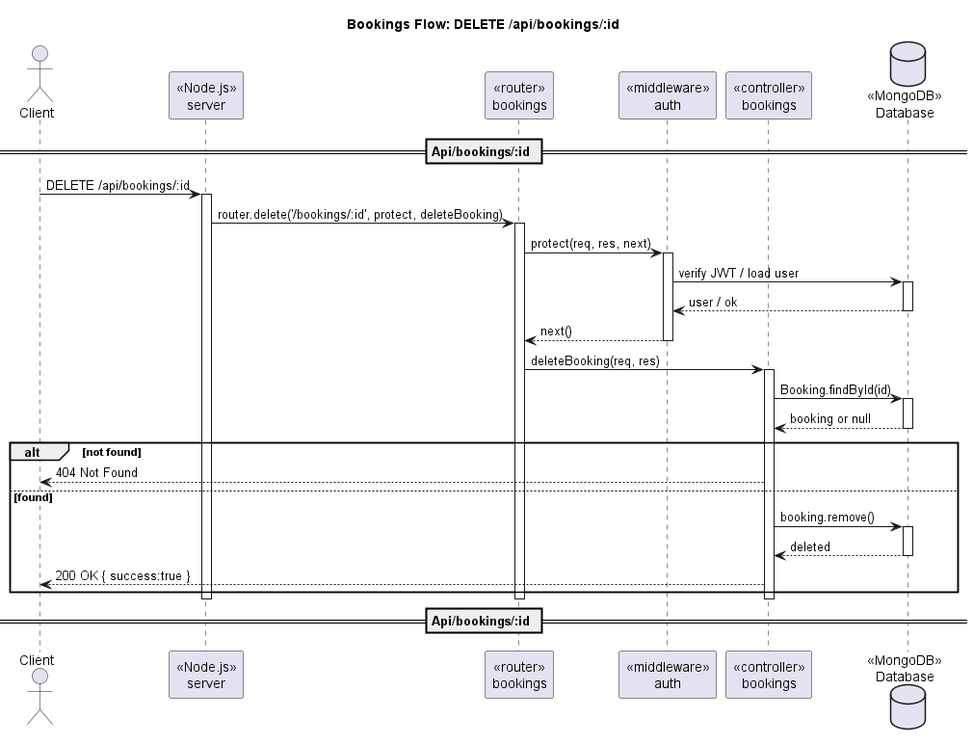
This is out/docs/diagram/sequence/seq_bookings_id_delete.png from 098ff/ArtmaybeDEV, a PlantUML export, as it was before one commit.
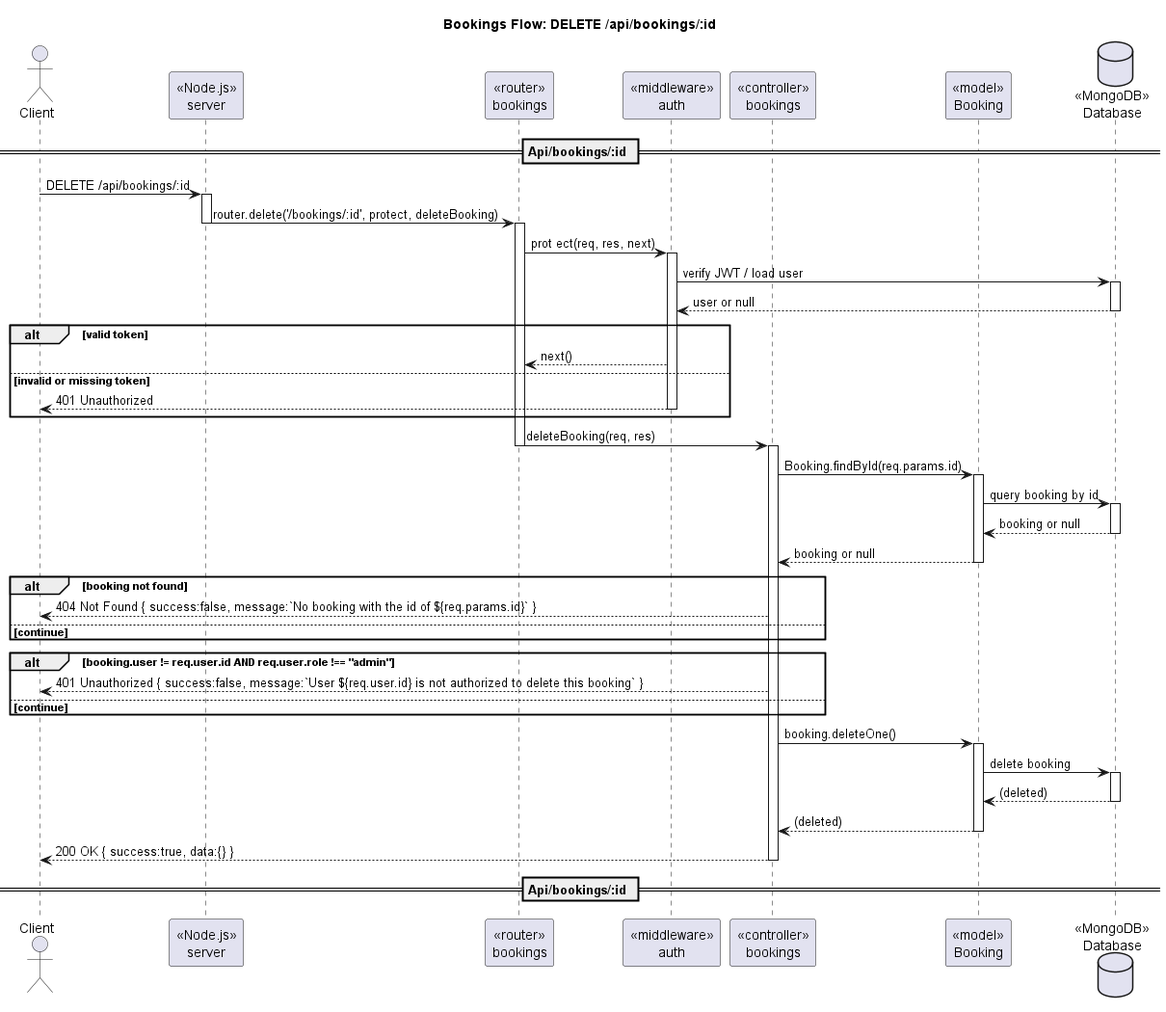
Above is the later version.

What changed in the source:
```diff
@@ -5,36 +5,69 @@
 participant "«router»\nbookings" as Router
 participant "«middleware»\nauth" as AuthMW
 participant "«controller»\nbookings" as Ctrl
+participant "«model»\nBooking" as BookingModel
 database "«MongoDB»\nDatabase" as DB
 
 == Api/bookings/:id ==
 Client -> Server : DELETE /api/bookings/:id
 activate Server
 Server -> Router : router.delete('/bookings/:id', protect, deleteBooking)
+deactivate Server
 activate Router
-Router -> AuthMW : protect(req, res, next)
+
+Router -> AuthMW : prot ect(req, res, next)
 activate AuthMW
 AuthMW -> DB : verify JWT / load user
 activate DB
-DB --> AuthMW : user / ok
+DB --> AuthMW : user or null
 deactivate DB
-AuthMW --> Router : next()
+
+alt valid token
+  AuthMW --> Router : next()
+else invalid or missing token
+  AuthMW --> Client : 401 Unauthorized
+  deactivate AuthMW
+end
 deactivate AuthMW
+
 Router -> Ctrl : deleteBooking(req, res)
+deactivate Router
 activate Ctrl
-Ctrl -> DB : Booking.findById(id)
+
+Ctrl -> BookingModel : Booking.findById(req.params.id)
+activate BookingModel
+BookingModel -> DB : query booking by id
 activate DB
-DB --> Ctrl : booking or null
+DB --> BookingModel : booking or null
 deactivate DB
-alt not found
-  Ctrl --> Client : 404 Not Found
-else found
-  Ctrl -> DB : booking.remove()
-  activate DB
-  DB --> Ctrl : deleted
-  deactivate DB
-  Ctrl --> Client : 200 OK { success:true }
+BookingModel --> Ctrl : booking or null
+deactivate BookingModel
+
+alt booking not found
+  Ctrl --> Client : 404 Not Found { success:false, message:`No booking with the id of ${req.params.id}` }
+  deactivate Router
+  deactivate Server
+else continue
 end
+
+alt booking.user != req.user.id AND req.user.role !== "admin"
+  Ctrl --> Client : 401 Unauthorized { success:false, message:`User ${req.user.id} is not authorized to delete this booking` }
+  deactivate Router
+  deactivate Server
+else continue
+end
+
+Ctrl -> BookingModel : booking.deleteOne()
+activate BookingModel
+BookingModel -> DB : delete booking
+activate DB
+DB --> BookingModel : (deleted)
+deactivate DB
+BookingModel --> Ctrl : (deleted)
+deactivate BookingModel
+
+Ctrl --> Client : 200 OK { success:true, data:{} }
+
 deactivate Ctrl
 deactivate Router
 deactivate Server
```
